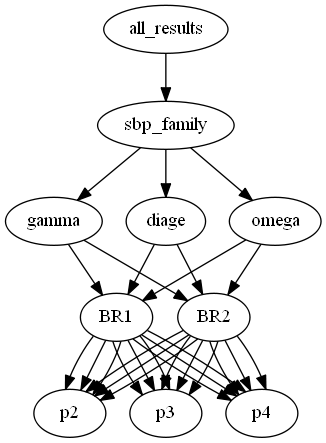
The Graphviz diagram visual/all_results_2d.dot.png in zolargwrk/PySBP, before a commit. Its source is kept beside it as visual/all_results_2d.dot.
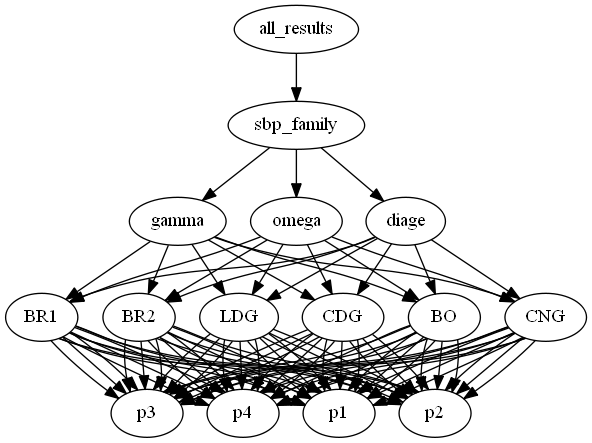
Above is the later version.

Diff of the diagram source:
```diff
@@ -3,57 +3,189 @@
     "sbp_family";
     "gamma";
     "BR1";
+    "p1";
     "p2";
     "p3";
     "p4";
     "BR2";
+    "p1";
+    "p2";
+    "p3";
+    "p4";
+    "LDG";
+    "p1";
+    "p2";
+    "p3";
+    "p4";
+    "CDG";
+    "p1";
+    "p2";
+    "p3";
+    "p4";
+    "BO";
+    "p1";
+    "p2";
+    "p3";
+    "p4";
+    "CNG";
+    "p1";
+    "p2";
+    "p3";
+    "p4";
+    "omega";
+    "BR1";
+    "p1";
+    "p2";
+    "p3";
+    "p4";
+    "BR2";
+    "p1";
+    "p2";
+    "p3";
+    "p4";
+    "LDG";
+    "p1";
+    "p2";
+    "p3";
+    "p4";
+    "CDG";
+    "p1";
+    "p2";
+    "p3";
+    "p4";
+    "BO";
+    "p1";
+    "p2";
+    "p3";
+    "p4";
+    "CNG";
+    "p1";
     "p2";
     "p3";
     "p4";
     "diage";
     "BR1";
+    "p1";
     "p2";
     "p3";
     "p4";
     "BR2";
+    "p1";
     "p2";
     "p3";
     "p4";
-    "omega";
-    "BR1";
+    "LDG";
+    "p1";
     "p2";
     "p3";
     "p4";
-    "BR2";
+    "CDG";
+    "p1";
+    "p2";
+    "p3";
+    "p4";
+    "BO";
+    "p1";
+    "p2";
+    "p3";
+    "p4";
+    "CNG";
+    "p1";
     "p2";
     "p3";
     "p4";
     "all_results" -> "sbp_family";
     "sbp_family" -> "gamma";
+    "sbp_family" -> "omega";
     "sbp_family" -> "diage";
-    "sbp_family" -> "omega";
     "gamma" -> "BR1";
     "gamma" -> "BR2";
+    "gamma" -> "LDG";
+    "gamma" -> "CDG";
+    "gamma" -> "BO";
+    "gamma" -> "CNG";
+    "BR1" -> "p1";
     "BR1" -> "p2";
     "BR1" -> "p3";
     "BR1" -> "p4";
+    "BR2" -> "p1";
     "BR2" -> "p2";
     "BR2" -> "p3";
     "BR2" -> "p4";
-    "diage" -> "BR1";
-    "diage" -> "BR2";
+    "LDG" -> "p1";
+    "LDG" -> "p2";
+    "LDG" -> "p3";
+    "LDG" -> "p4";
+    "CDG" -> "p1";
+    "CDG" -> "p2";
+    "CDG" -> "p3";
+    "CDG" -> "p4";
+    "BO" -> "p1";
+    "BO" -> "p2";
+    "BO" -> "p3";
+    "BO" -> "p4";
+    "CNG" -> "p1";
+    "CNG" -> "p2";
+    "CNG" -> "p3";
+    "CNG" -> "p4";
+    "omega" -> "BR1";
+    "omega" -> "BR2";
+    "omega" -> "LDG";
+    "omega" -> "CDG";
+    "omega" -> "BO";
+    "omega" -> "CNG";
+    "BR1" -> "p1";
     "BR1" -> "p2";
     "BR1" -> "p3";
     "BR1" -> "p4";
+    "BR2" -> "p1";
     "BR2" -> "p2";
     "BR2" -> "p3";
     "BR2" -> "p4";
-    "omega" -> "BR1";
-    "omega" -> "BR2";
+    "LDG" -> "p1";
+    "LDG" -> "p2";
+    "LDG" -> "p3";
+    "LDG" -> "p4";
+    "CDG" -> "p1";
+    "CDG" -> "p2";
+    "CDG" -> "p3";
+    "CDG" -> "p4";
+    "BO" -> "p1";
+    "BO" -> "p2";
+    "BO" -> "p3";
+    "BO" -> "p4";
+    "CNG" -> "p1";
+    "CNG" -> "p2";
+    "CNG" -> "p3";
+    "CNG" -> "p4";
+    "diage" -> "BR1";
+    "diage" -> "BR2";
+    "diage" -> "LDG";
+    "diage" -> "CDG";
+    "diage" -> "BO";
+    "diage" -> "CNG";
+    "BR1" -> "p1";
     "BR1" -> "p2";
     "BR1" -> "p3";
     "BR1" -> "p4";
+    "BR2" -> "p1";
     "BR2" -> "p2";
     "BR2" -> "p3";
     "BR2" -> "p4";
+    "LDG" -> "p1";
+    "LDG" -> "p2";
+    "LDG" -> "p3";
+    "LDG" -> "p4";
+    "CDG" -> "p1";
+    "CDG" -> "p2";
+    "CDG" -> "p3";
+    "CDG" -> "p4";
+    "BO" -> "p1";
+    "BO" -> "p2";
+    "BO" -> "p3";
+    "BO" -> "p4";
+    "CNG" -> "p1";
+    "CNG" -> "p2";
+    "CNG" -> "p3";
+    "CNG" -> "p4";
 }
```
